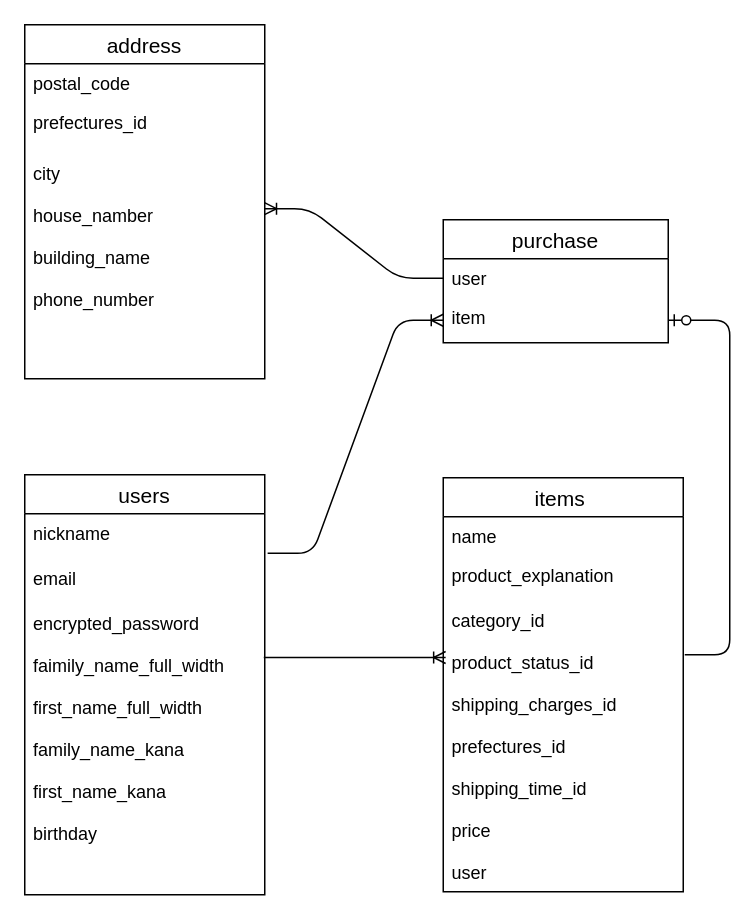
kuroitomu/furima-35604 keeps this draw.io diagram as app/views/.dio. Above is the earlier version. Source tidied: cells renumbered, new cells numbered last; positions are measured from the earlier drawing's top-left corner, leaving out a move shared by most shapes. Both pictures are drawn from the tidied source at 150%, with x=0, y=0 at pixel (24, 24).
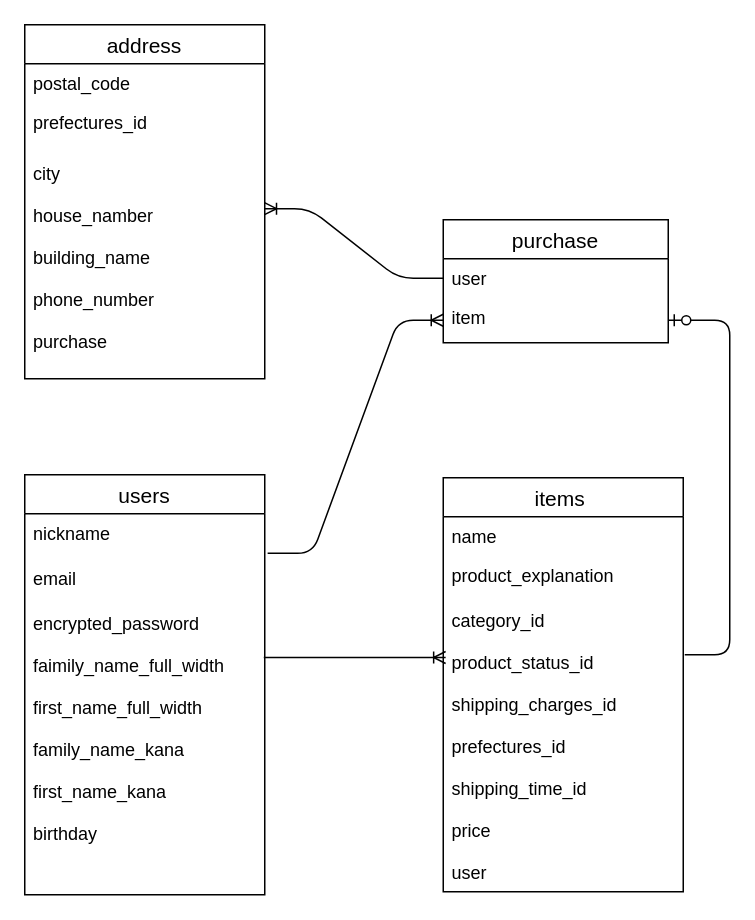
The same diagram, later.

The change refers to these unchanged cells:
```xml
<mxCell id="16" value="address" style="swimlane;fontStyle=0;horizontal=1;startSize=26;align=center;fontSize=14;" parent="1" vertex="1">
  <mxGeometry width="160" height="236" as="geometry" />
</mxCell>
```

What changed in the source:
```diff
@@
-    <mxCell id="19" value="city&#10;&#10;house_namber&#10;&#10;building_name&#10;&#10;phone_number&#10;&#10;" style="text;strokeColor=none;fillColor=none;spacingLeft=4;spacingRight=4;overflow=hidden;points=[[0,0.5],[1,0.5]];portConstraint=eastwest;fontSize=12;" parent="16" vertex="1">
+    <mxCell id="19" value="city&#10;&#10;house_namber&#10;&#10;building_name&#10;&#10;phone_number&#10;&#10;purchase&#10;" style="text;strokeColor=none;fillColor=none;spacingLeft=4;spacingRight=4;overflow=hidden;points=[[0,0.5],[1,0.5]];portConstraint=eastwest;fontSize=12;" parent="16" vertex="1">
       <mxGeometry y="86" width="160" height="150" as="geometry" />
     </mxCell>
```
